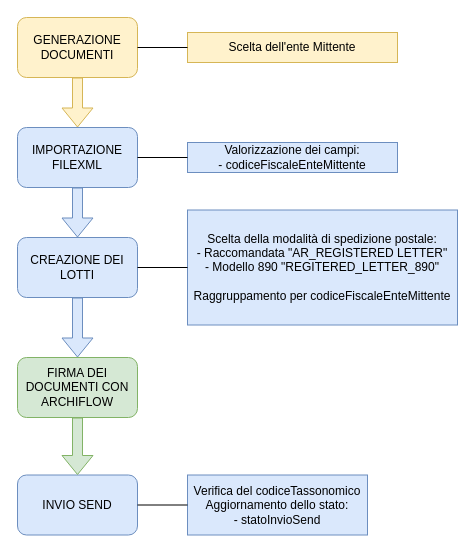
marcogarbujoabaco/drawio keeps this draw.io diagram as page "Caricamento" (1 of 4) of Easy Notification.drawio. Above is the earlier version. Source tidied: cells renumbered, new cells numbered last; positions are measured from the earlier drawing's top-left corner, leaving out a move shared by most shapes. Both pictures are drawn from the tidied source at 100%, with x=0, y=0 at pixel (17, 17).
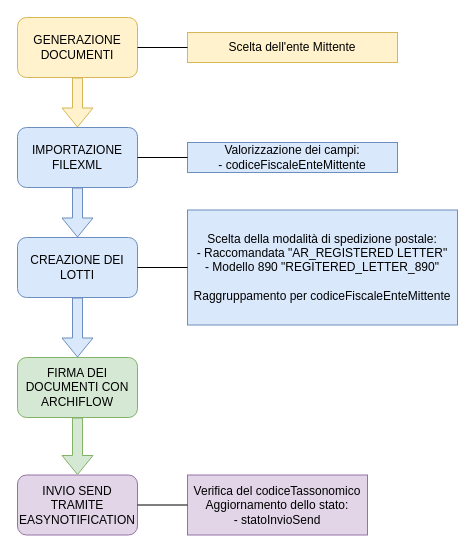
The same page after the edit.

The edit, as a diff of the source:
```diff
@@
-    <mxCell id="12" value="INVIO SEND" style="rounded=1;whiteSpace=wrap;html=1;fillColor=#dae8fc;strokeColor=#6c8ebf;" parent="1" vertex="1">
+    <mxCell id="12" value="INVIO SEND&lt;div&gt;TRAMITE&lt;/div&gt;&lt;div&gt;EASYNOTIFICATION&lt;/div&gt;" style="rounded=1;whiteSpace=wrap;html=1;fillColor=#e1d5e7;strokeColor=#9673a6;" parent="1" vertex="1">
       <mxGeometry y="457.5" width="120" height="60" as="geometry" />
     </mxCell>
-    <mxCell id="13" value="&lt;div&gt;Verifica del codiceTassonomico&lt;/div&gt;&lt;div&gt;&lt;span style=&quot;background-color: initial;&quot;&gt;Aggiornamento dello stato:&lt;/span&gt;&lt;/div&gt;&lt;div&gt;- statoInvioSend&lt;/div&gt;" style="text;html=1;align=center;verticalAlign=middle;whiteSpace=wrap;rounded=0;strokeColor=#6c8ebf;fillColor=#dae8fc;" parent="1" vertex="1">
+    <mxCell id="13" value="&lt;div&gt;Verifica del codiceTassonomico&lt;/div&gt;&lt;div&gt;&lt;span style=&quot;background-color: initial;&quot;&gt;Aggiornamento dello stato:&lt;/span&gt;&lt;/div&gt;&lt;div&gt;- statoInvioSend&lt;/div&gt;" style="text;html=1;align=center;verticalAlign=middle;whiteSpace=wrap;rounded=0;strokeColor=#9673a6;fillColor=#e1d5e7;" parent="1" vertex="1">
       <mxGeometry x="170" y="457.5" width="180" height="60" as="geometry" />
     </mxCell>
```
